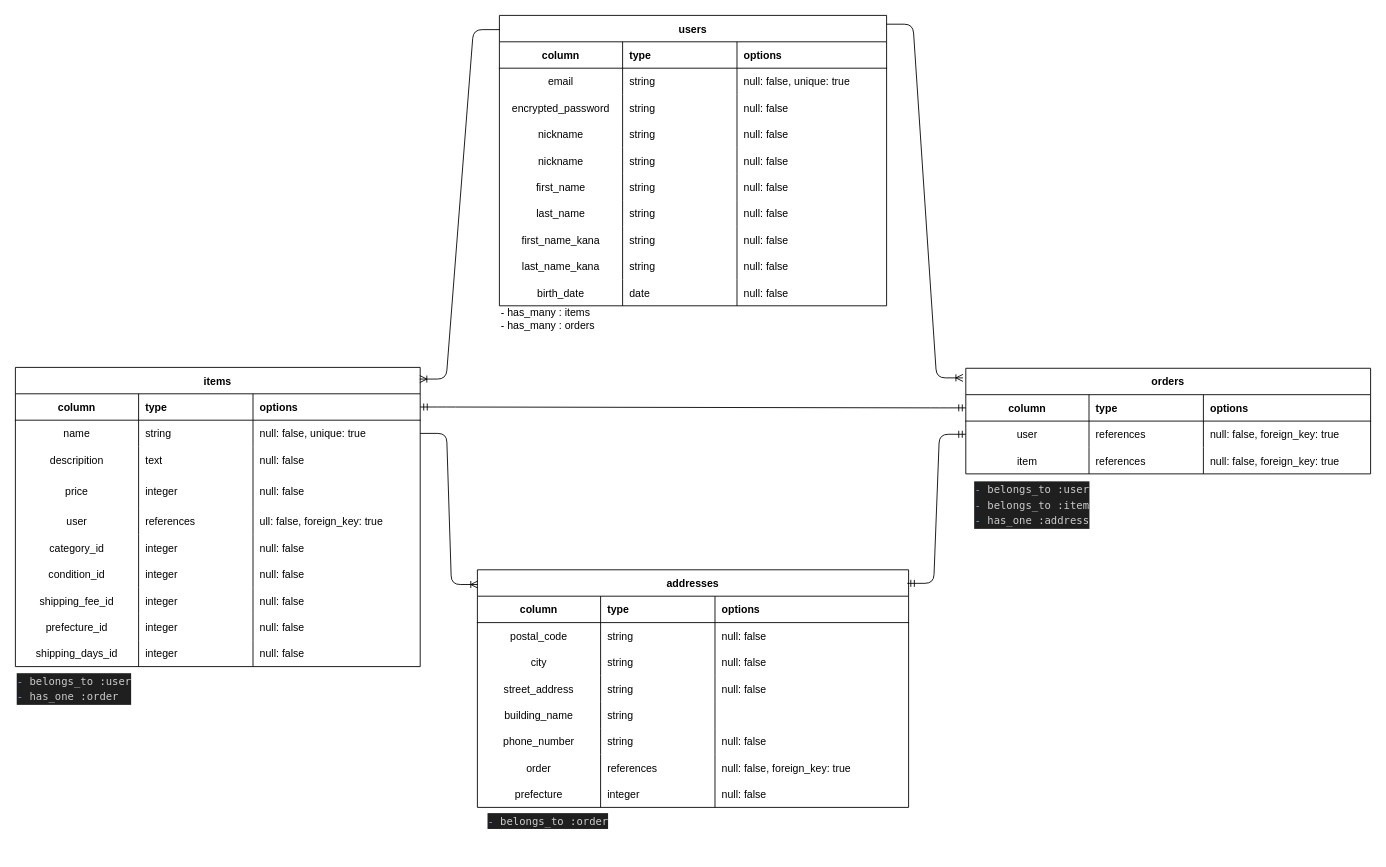
Before: furima.dio in Yoshi551/furima-40399, a draw.io diagram. Source tidied: cells renumbered, new cells numbered last; positions are measured from the earlier drawing's top-left corner, leaving out a move shared by most shapes. Both pictures are drawn from the tidied source at 88%, with x=0, y=0 at pixel (15, 15).
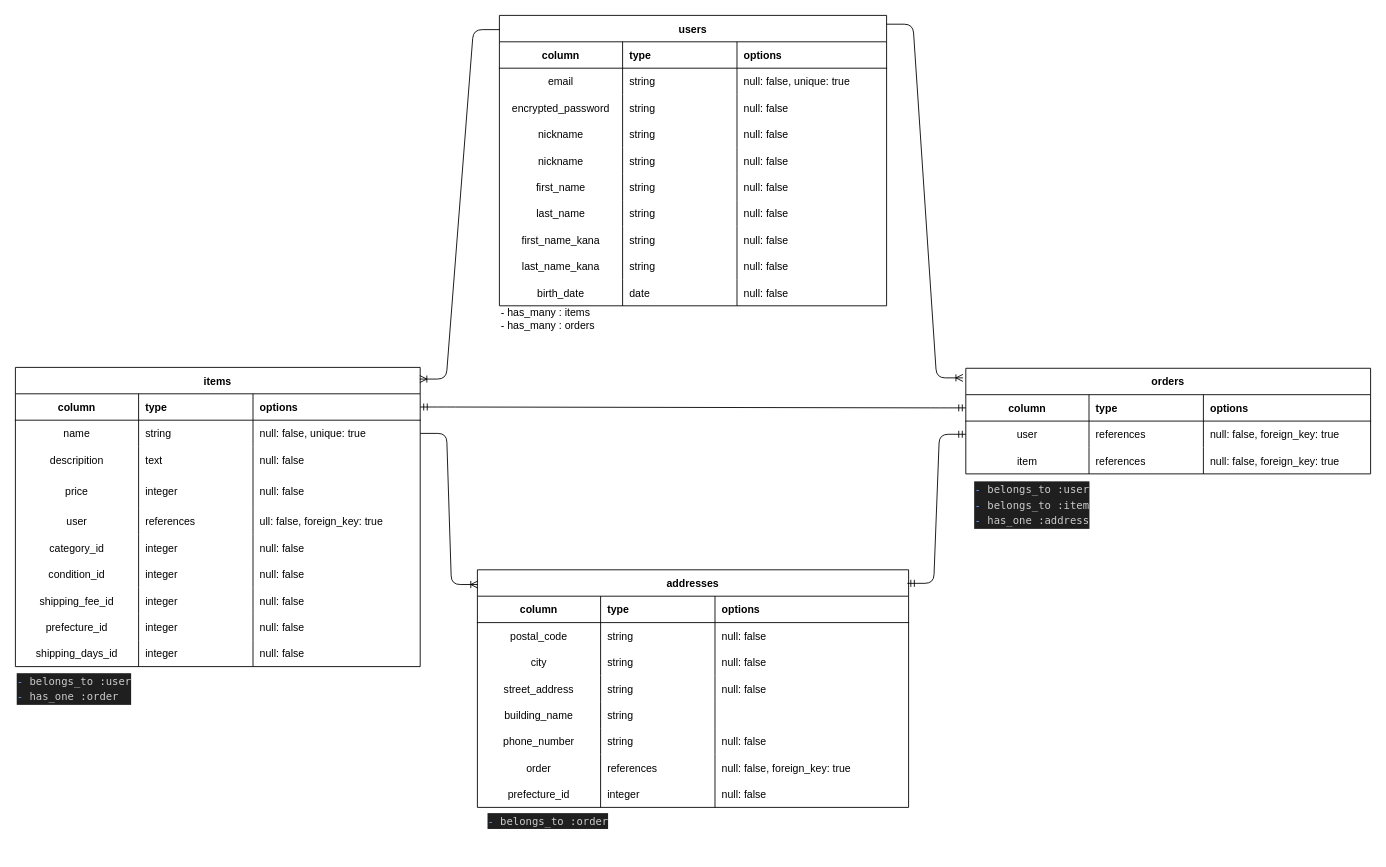
The same diagram, later.

The change refers to these unchanged cells:
```xml
<mxCell id="32" style="shape=tableRow;horizontal=0;startSize=0;swimlaneHead=0;swimlaneBody=0;fillColor=none;top=0;left=0;right=0;bottom=0;" parent="3" vertex="1">
  <mxGeometry y="240" width="490" height="30" as="geometry" />
</mxCell>
```

Change to the diagram source:
```diff
@@
-    <mxCell id="33" value="prefecture" style="shape=partialRectangle;fillColor=none;top=0;left=0;bottom=0;right=0;fontStyle=0;overflow=hidden;" parent="32" vertex="1">
+    <mxCell id="33" value="prefecture_id" style="shape=partialRectangle;fillColor=none;top=0;left=0;bottom=0;right=0;fontStyle=0;overflow=hidden;" parent="32" vertex="1">
       <mxGeometry width="140" height="30" as="geometry" />
     </mxCell>
```
